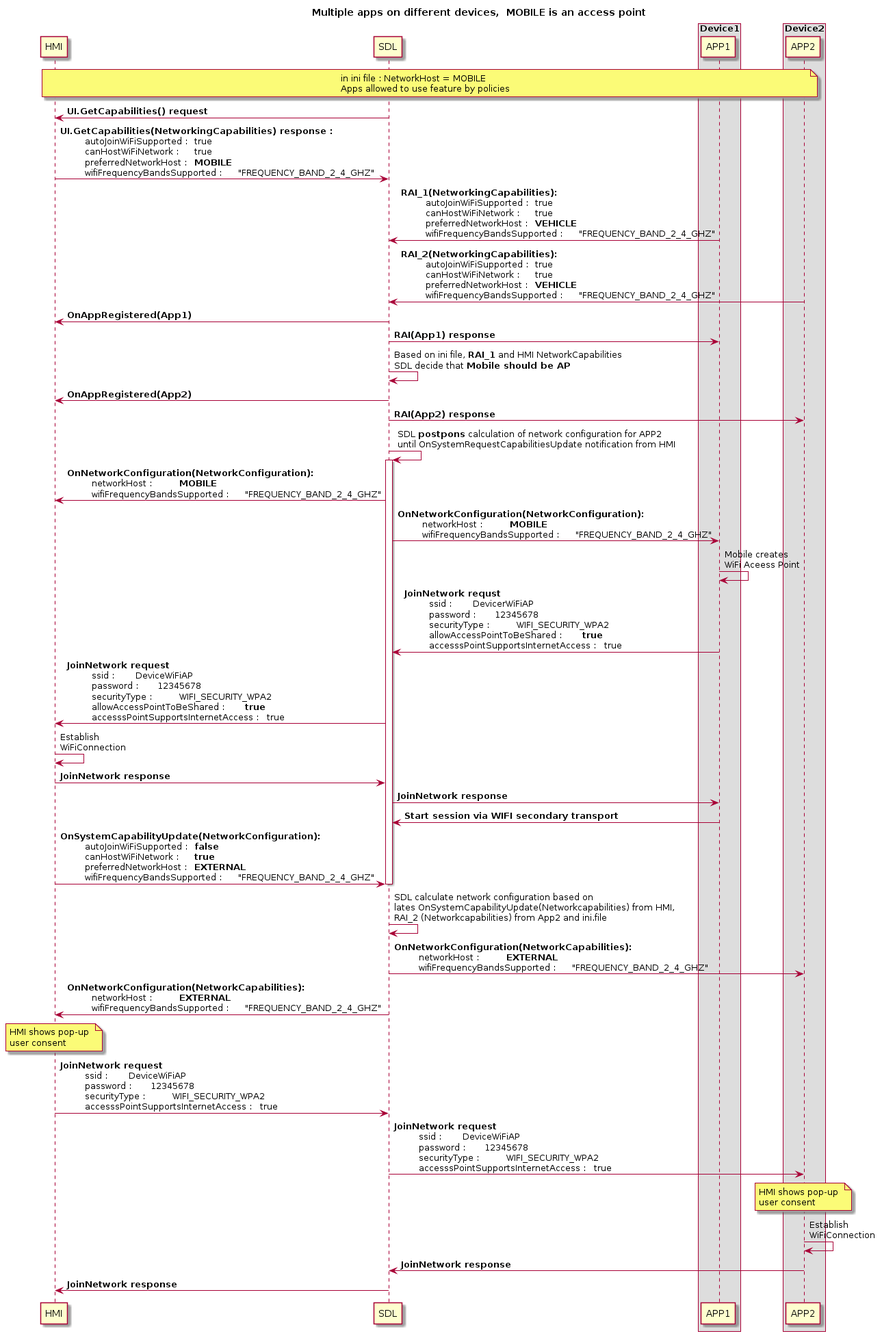
The PlantUML diagram assets/proposals/0245-sharing-wifi-ssid-and-password/mobile_access_point_multidev_externalhost.png in smartdevicelink/sdl_evolution, before a commit. Its diagram source:
```plantuml
@startuml
!pragma teoz true

title Multiple apps on different devices,  MOBILE is an access point
participant HMI
participant SDL
box "Device1"
participant APP1
end box
box "Device2"
participant APP2
end box

note over HMI, APP2: in ini file : NetworkHost = MOBILE \nApps allowed to use feature by policies

SDL -> HMI : <b>UI.GetCapabilities() request
HMI -> SDL : <b>UI.GetCapabilities(NetworkingCapabilities) response : \n\t autoJoinWiFiSupported : \t true \n\t canHostWiFiNetwork : \t true \n\t preferredNetworkHost : \t **MOBILE** \n\t wifiFrequencyBandsSupported : \t "FREQUENCY_BAND_2_4_GHZ"

APP1 -> SDL : <b>RAI_1(NetworkingCapabilities): \n\t autoJoinWiFiSupported : \t true \n\t canHostWiFiNetwork : \t true \n\t preferredNetworkHost : \t **VEHICLE** \n\t wifiFrequencyBandsSupported : \t "FREQUENCY_BAND_2_4_GHZ"

APP2 -> SDL : <b>RAI_2(NetworkingCapabilities): \n\t autoJoinWiFiSupported : \t true \n\t canHostWiFiNetwork : \t true \n\t preferredNetworkHost : \t **VEHICLE** \n\t wifiFrequencyBandsSupported : \t "FREQUENCY_BAND_2_4_GHZ"


SDL -> HMI : <b>OnAppRegistered(App1)
SDL -> APP1 : <b>RAI(App1) response

SDL -> SDL : Based on ini file, **RAI_1** and HMI NetworkCapabilities\nSDL decide that **Mobile should be AP**

SDL -> HMI : <b>OnAppRegistered(App2)
SDL -> APP2 : <b>RAI(App2) response

SDL -> SDL : SDL **postpons** calculation of network configuration for APP2\nuntil OnSystemRequestCapabilitiesUpdate notification from HMI
activate SDL

SDL -> HMI:  <b>OnNetworkConfiguration(NetworkConfiguration): \n\t networkHost : \t **MOBILE** \n\t wifiFrequencyBandsSupported : \t "FREQUENCY_BAND_2_4_GHZ"

SDL -> APP1:  <b>OnNetworkConfiguration(NetworkConfiguration): \n\t networkHost : \t **MOBILE**\n\t wifiFrequencyBandsSupported : \t "FREQUENCY_BAND_2_4_GHZ"

APP1 -> APP1 : Mobile creates \nWiFi Aceess Point


APP1 -> SDL: <b>JoinNetwork requst \n\t ssid : \t DevicerWiFiAP \n\t password : \t 12345678 \n\t securityType : \t WIFI_SECURITY_WPA2 \n\t allowAccessPointToBeShared : \t **true** \n\t accesssPointSupportsInternetAccess : \t true

SDL -> HMI: <b>JoinNetwork request \n\t ssid : \t DeviceWiFiAP \n\t password : \t 12345678 \n\t securityType : \t WIFI_SECURITY_WPA2 \n\t allowAccessPointToBeShared : \t **true** \n\t accesssPointSupportsInternetAccess : \t true

HMI -> HMI : Establish \nWiFiConnection

HMI -> SDL : <b>JoinNetwork response
SDL -> APP1 : <b>JoinNetwork response

APP1 -> SDL : <b>Start session via WIFI secondary transport

HMI -> SDL:  <b>OnSystemCapabilityUpdate(NetworkConfiguration): \n\t autoJoinWiFiSupported : \t **false** \n\t canHostWiFiNetwork : \t **true**  \n\t preferredNetworkHost : \t **EXTERNAL** \n\t wifiFrequencyBandsSupported : \t "FREQUENCY_BAND_2_4_GHZ"

deactivate SDL

SDL -> SDL : SDL calculate network configuration based on \nlates OnSystemCapabilityUpdate(Networkcapabilities) from HMI, \nRAI_2 (Networkcapabilities) from App2 and ini.file


SDL -> APP2:  <b>OnNetworkConfiguration(NetworkCapabilities): \n\t networkHost : \t **EXTERNAL** \n\t wifiFrequencyBandsSupported : \t "FREQUENCY_BAND_2_4_GHZ"

SDL -> HMI:  <b>OnNetworkConfiguration(NetworkCapabilities): \n\t networkHost : \t **EXTERNAL** \n\t wifiFrequencyBandsSupported : \t "FREQUENCY_BAND_2_4_GHZ"

note over HMI: HMI shows pop-up \nuser consent

HMI -> SDL: <b>JoinNetwork request \n\t ssid : \t DeviceWiFiAP \n\t password : \t 12345678 \n\t securityType : \t WIFI_SECURITY_WPA2 \n\t accesssPointSupportsInternetAccess : \t true

SDL -> APP2: <b>JoinNetwork request\n\t ssid : \t DeviceWiFiAP \n\t password : \t 12345678 \n\t securityType : \t WIFI_SECURITY_WPA2 \n\t accesssPointSupportsInternetAccess : \t true

note over APP2: HMI shows pop-up \nuser consent

APP2 -> APP2 : Establish \nWiFiConnection

APP2 -> SDL : <b>JoinNetwork response
SDL -> HMI : <b>JoinNetwork response

@enduml
```
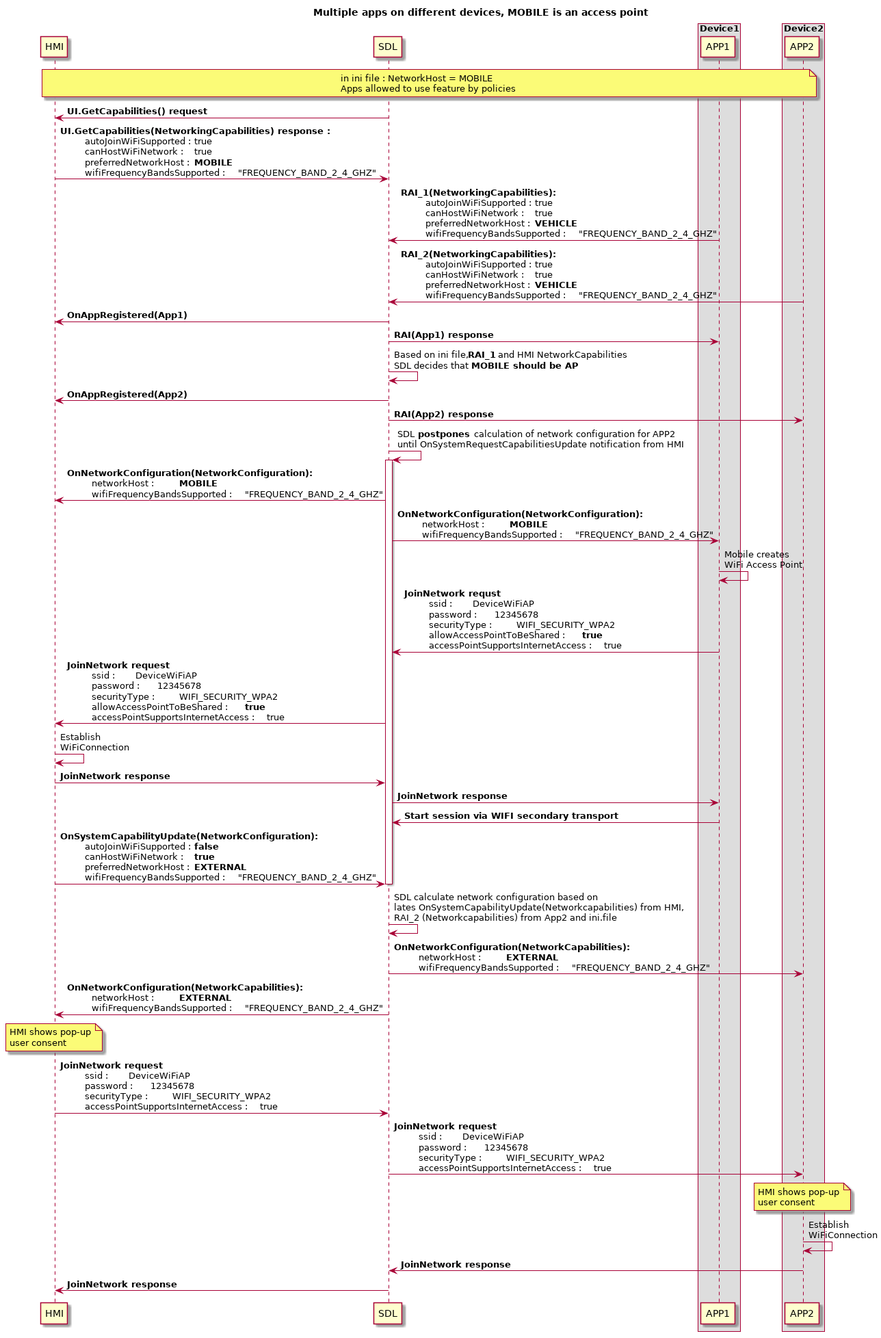
After the commit.

What changed in the source:
```diff
@@ -1,7 +1,7 @@
 @startuml
 !pragma teoz true
 
-title Multiple apps on different devices,  MOBILE is an access point
+title Multiple apps on different devices, MOBILE is an access point
 participant HMI
 participant SDL
 box "Device1"
@@ -24,24 +24,24 @@
 SDL -> HMI : <b>OnAppRegistered(App1)
 SDL -> APP1 : <b>RAI(App1) response
 
-SDL -> SDL : Based on ini file, **RAI_1** and HMI NetworkCapabilities\nSDL decide that **Mobile should be AP**
+SDL -> SDL : Based on ini file, **RAI_1** and HMI NetworkCapabilities\nSDL decides that **MOBILE should be AP**
 
 SDL -> HMI : <b>OnAppRegistered(App2)
 SDL -> APP2 : <b>RAI(App2) response
 
-SDL -> SDL : SDL **postpons** calculation of network configuration for APP2\nuntil OnSystemRequestCapabilitiesUpdate notification from HMI
+SDL -> SDL : SDL **postpones** calculation of network configuration for APP2\nuntil OnSystemRequestCapabilitiesUpdate notification from HMI
 activate SDL
 
 SDL -> HMI:  <b>OnNetworkConfiguration(NetworkConfiguration): \n\t networkHost : \t **MOBILE** \n\t wifiFrequencyBandsSupported : \t "FREQUENCY_BAND_2_4_GHZ"
 
 SDL -> APP1:  <b>OnNetworkConfiguration(NetworkConfiguration): \n\t networkHost : \t **MOBILE**\n\t wifiFrequencyBandsSupported : \t "FREQUENCY_BAND_2_4_GHZ"
 
-APP1 -> APP1 : Mobile creates \nWiFi Aceess Point
+APP1 -> APP1 : Mobile creates \nWiFi Access Point
 
 
-APP1 -> SDL: <b>JoinNetwork requst \n\t ssid : \t DevicerWiFiAP \n\t password : \t 12345678 \n\t securityType : \t WIFI_SECURITY_WPA2 \n\t allowAccessPointToBeShared : \t **true** \n\t accesssPointSupportsInternetAccess : \t true
+APP1 -> SDL: <b>JoinNetwork requst \n\t ssid : \t DeviceWiFiAP \n\t password : \t 12345678 \n\t securityType : \t WIFI_SECURITY_WPA2 \n\t allowAccessPointToBeShared : \t **true** \n\t accessPointSupportsInternetAccess : \t true
 
-SDL -> HMI: <b>JoinNetwork request \n\t ssid : \t DeviceWiFiAP \n\t password : \t 12345678 \n\t securityType : \t WIFI_SECURITY_WPA2 \n\t allowAccessPointToBeShared : \t **true** \n\t accesssPointSupportsInternetAccess : \t true
+SDL -> HMI: <b>JoinNetwork request \n\t ssid : \t DeviceWiFiAP \n\t password : \t 12345678 \n\t securityType : \t WIFI_SECURITY_WPA2 \n\t allowAccessPointToBeShared : \t **true** \n\t accessPointSupportsInternetAccess : \t true
 
 HMI -> HMI : Establish \nWiFiConnection
 
@@ -63,9 +63,9 @@
 
 note over HMI: HMI shows pop-up \nuser consent
 
-HMI -> SDL: <b>JoinNetwork request \n\t ssid : \t DeviceWiFiAP \n\t password : \t 12345678 \n\t securityType : \t WIFI_SECURITY_WPA2 \n\t accesssPointSupportsInternetAccess : \t true
+HMI -> SDL: <b>JoinNetwork request \n\t ssid : \t DeviceWiFiAP \n\t password : \t 12345678 \n\t securityType : \t WIFI_SECURITY_WPA2 \n\t accessPointSupportsInternetAccess : \t true
 
-SDL -> APP2: <b>JoinNetwork request\n\t ssid : \t DeviceWiFiAP \n\t password : \t 12345678 \n\t securityType : \t WIFI_SECURITY_WPA2 \n\t accesssPointSupportsInternetAccess : \t true
+SDL -> APP2: <b>JoinNetwork request\n\t ssid : \t DeviceWiFiAP \n\t password : \t 12345678 \n\t securityType : \t WIFI_SECURITY_WPA2 \n\t accessPointSupportsInternetAccess : \t true
 
 note over APP2: HMI shows pop-up \nuser consent
 
```
